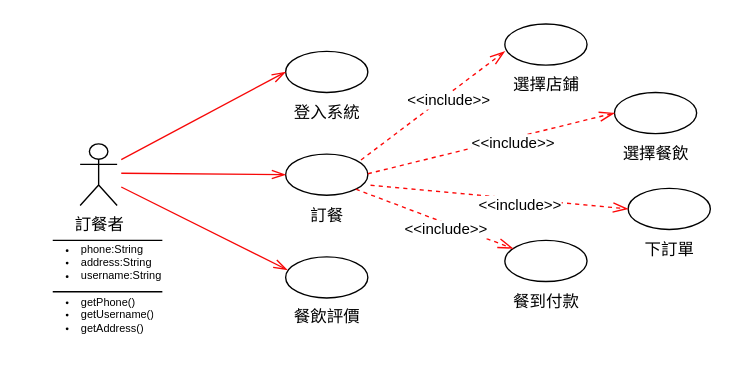
Before: 3-1.drawio in 11024117/SE_Final-Paper, a draw.io diagram. Source tidied: cells renumbered, new cells numbered last; positions are measured from the earlier drawing's top-left corner, leaving out a move shared by most shapes. Both pictures are drawn from the tidied source at 137%, with x=0, y=0 at pixel (22, 23).
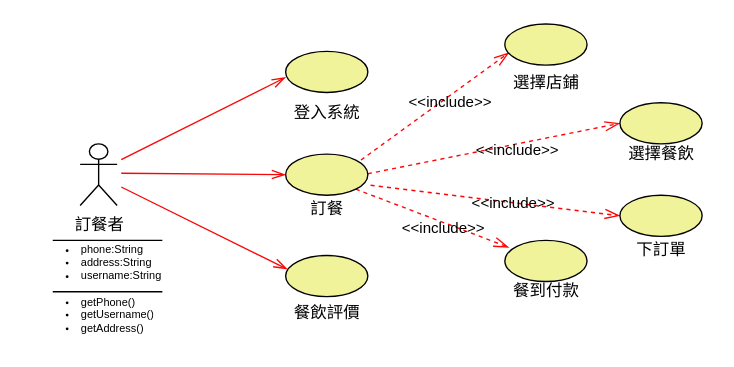
The same diagram, later.

Change to the diagram source:
```diff
@@
-    <mxCell id="3" style="ellipse;whiteSpace=wrap;html=1;" parent="1" vertex="1">
+    <mxCell id="3" style="ellipse;whiteSpace=wrap;html=1;gradientColor=none;fillColor=#f1f39b;" parent="1" vertex="1">
       <mxGeometry x="192" y="20" width="60" height="30" as="geometry" />
     </mxCell>
     <mxCell id="4" value="訂餐" style="text;html=1;align=center;verticalAlign=middle;strokeColor=none;fillColor=none;" parent="1" vertex="1">
-      <mxGeometry x="197" y="125" width="50" height="30" as="geometry" />
+      <mxGeometry x="197" y="120" width="50" height="30" as="geometry" />
     </mxCell>
@@
     <mxCell id="6" value="餐飲評價" style="text;html=1;align=center;verticalAlign=middle;strokeColor=none;fillColor=none;" parent="1" vertex="1">
-      <mxGeometry x="187" y="199" width="70" height="30" as="geometry" />
+      <mxGeometry x="187" y="195.5" width="70" height="30" as="geometry" />
     </mxCell>
-    <mxCell id="7" style="ellipse;whiteSpace=wrap;html=1;" parent="1" vertex="1">
-      <mxGeometry x="192" y="95" width="60" height="30" as="geometry" />
-    </mxCell>
-    <mxCell id="8" style="ellipse;whiteSpace=wrap;html=1;" parent="1" vertex="1">
-      <mxGeometry x="192" y="170" width="60" height="30" as="geometry" />
-    </mxCell>
-    <mxCell id="9" style="ellipse;whiteSpace=wrap;html=1;" parent="1" vertex="1">
-      <mxGeometry x="352" width="60" height="30" as="geometry" />
-    </mxCell>
-    <mxCell id="10" style="ellipse;whiteSpace=wrap;html=1;" parent="1" vertex="1">
-      <mxGeometry x="432" y="50" width="60" height="30" as="geometry" />
-    </mxCell>
-    <mxCell id="11" style="ellipse;whiteSpace=wrap;html=1;" parent="1" vertex="1">
-      <mxGeometry x="442" y="120" width="60" height="30" as="geometry" />
-    </mxCell>
-    <mxCell id="12" style="ellipse;whiteSpace=wrap;html=1;" parent="1" vertex="1">
-      <mxGeometry x="352" y="158" width="60" height="30" as="geometry" />
-    </mxCell>
     <mxCell id="13" value="選擇店鋪" style="text;html=1;align=center;verticalAlign=middle;strokeColor=none;fillColor=none;" parent="1" vertex="1">
-      <mxGeometry x="347" y="30" width="70" height="30" as="geometry" />
+      <mxGeometry x="347" y="27.5" width="70" height="30" as="geometry" />
     </mxCell>
     <mxCell id="14" value="選擇餐飲" style="text;html=1;align=center;verticalAlign=middle;strokeColor=none;fillColor=none;" parent="1" vertex="1">
-      <mxGeometry x="427" y="80" width="70" height="30" as="geometry" />
+      <mxGeometry x="431" y="80" width="70" height="30" as="geometry" />
     </mxCell>
     <mxCell id="15" value="下訂單" style="text;html=1;align=center;verticalAlign=middle;strokeColor=none;fillColor=none;" parent="1" vertex="1">
-      <mxGeometry x="442" y="150" width="60" height="30" as="geometry" />
+      <mxGeometry x="436" y="150" width="60" height="30" as="geometry" />
     </mxCell>
     <mxCell id="16" value="餐到付款" style="text;html=1;align=center;verticalAlign=middle;strokeColor=none;fillColor=none;" parent="1" vertex="1">
-      <mxGeometry x="347" y="188" width="70" height="30" as="geometry" />
+      <mxGeometry x="347" y="180" width="70" height="30" as="geometry" />
     </mxCell>
-    <mxCell id="17" value="&amp;lt;&amp;lt;include&amp;gt;&amp;gt;" style="endArrow=openThin;endSize=9;dashed=1;html=1;rounded=0;strokeColor=#fd0808;endFill=0;strokeWidth=1;entryX=0;entryY=0.5;entryDx=0;entryDy=0;" parent="1" edge="1" target="10">
+    <mxCell id="17" value="&amp;lt;&amp;lt;include&amp;gt;&amp;gt;" style="endArrow=openThin;endSize=9;dashed=1;html=1;rounded=0;strokeColor=#fd0808;endFill=0;strokeWidth=1;entryX=0;entryY=0.5;entryDx=0;entryDy=0;labelBackgroundColor=none;" parent="1" edge="1">
       <mxGeometry x="0.17" y="-4" relative="1" as="geometry">
         <mxPoint x="252" y="109.3" as="sourcePoint" />
+        <mxPoint x="436" y="72.5" as="targetPoint" />
       </mxGeometry>
     </mxCell>
-    <mxCell id="18" value="&amp;lt;&amp;lt;include&amp;gt;&amp;gt;" style="endArrow=openThin;endSize=9;dashed=1;html=1;rounded=0;strokeColor=#fd0808;endFill=0;strokeWidth=1;exitX=1.033;exitY=0.756;exitDx=0;exitDy=0;exitPerimeter=0;entryX=0;entryY=0.5;entryDx=0;entryDy=0;" parent="1" edge="1" source="7" target="11">
-      <mxGeometry x="0.17" y="-4" relative="1" as="geometry" />
+    <mxCell id="18" value="&amp;lt;&amp;lt;include&amp;gt;&amp;gt;" style="endArrow=openThin;endSize=9;dashed=1;html=1;rounded=0;strokeColor=#fd0808;endFill=0;strokeWidth=1;exitX=1.033;exitY=0.756;exitDx=0;exitDy=0;exitPerimeter=0;labelBackgroundColor=none;entryX=0;entryY=0.5;entryDx=0;entryDy=0;" parent="1" edge="1" target="32">
+      <mxGeometry x="0.15" y="-1" relative="1" as="geometry">
+        <mxPoint x="254" y="117.7" as="sourcePoint" />
+      </mxGeometry>
     </mxCell>
-    <mxCell id="19" value="&amp;lt;&amp;lt;include&amp;gt;&amp;gt;" style="endArrow=openThin;endSize=9;dashed=1;html=1;rounded=0;strokeColor=#fd0808;endFill=0;strokeWidth=1;entryX=0;entryY=0.667;entryDx=0;entryDy=0;entryPerimeter=0;" parent="1" edge="1" target="9">
+    <mxCell id="19" value="&amp;lt;&amp;lt;include&amp;gt;&amp;gt;" style="endArrow=openThin;endSize=9;dashed=1;html=1;rounded=0;strokeColor=#fd0808;endFill=0;strokeWidth=1;entryX=0.05;entryY=0.698;entryDx=0;entryDy=0;entryPerimeter=0;labelBackgroundColor=none;" parent="1" edge="1" target="30">
       <mxGeometry x="0.17" y="-4" relative="1" as="geometry">
         <mxPoint x="247" y="99.3" as="sourcePoint" />
       </mxGeometry>
     </mxCell>
-    <mxCell id="20" value="&amp;lt;&amp;lt;include&amp;gt;&amp;gt;" style="endArrow=openThin;endSize=9;dashed=1;html=1;rounded=0;strokeColor=#fd0808;endFill=0;strokeWidth=1;exitX=1;exitY=1;exitDx=0;exitDy=0;" parent="1" edge="1" source="7" target="12">
-      <mxGeometry x="0.17" y="-4" relative="1" as="geometry" />
+    <mxCell id="20" value="&amp;lt;&amp;lt;include&amp;gt;&amp;gt;" style="endArrow=openThin;endSize=9;dashed=1;html=1;rounded=0;strokeColor=#fd0808;endFill=0;strokeWidth=1;exitX=1;exitY=1;exitDx=0;exitDy=0;labelBackgroundColor=none;entryX=0.05;entryY=0.17;entryDx=0;entryDy=0;entryPerimeter=0;" parent="1" edge="1" target="33">
+      <mxGeometry x="0.17" y="-4" relative="1" as="geometry">
+        <mxPoint x="243.2" y="120.6" as="sourcePoint" />
+      </mxGeometry>
     </mxCell>
-    <mxCell id="21" style="endArrow=openThin;endFill=0;endSize=8;html=1;rounded=0;strokeColor=#f70808;entryX=0;entryY=0.5;entryDx=0;entryDy=0;" parent="1" edge="1" target="7">
+    <mxCell id="21" style="endArrow=openThin;endFill=0;endSize=8;html=1;rounded=0;strokeColor=#f70808;entryX=0;entryY=0.5;entryDx=0;entryDy=0;" parent="1" edge="1" target="28">
       <mxGeometry relative="1" as="geometry">
         <mxPoint x="72" y="109" as="sourcePoint" />
       </mxGeometry>
     </mxCell>
-    <mxCell id="22" style="endArrow=openThin;endFill=0;endSize=8;html=1;rounded=0;strokeColor=#f70808;entryX=0;entryY=0.5;entryDx=0;entryDy=0;" parent="1" edge="1" target="3">
+    <mxCell id="22" style="endArrow=openThin;endFill=0;endSize=8;html=1;rounded=0;strokeColor=#f70808;entryX=0;entryY=0.633;entryDx=0;entryDy=0;entryPerimeter=0;" parent="1" edge="1" target="3">
       <mxGeometry relative="1" as="geometry">
         <mxPoint x="72" y="99" as="sourcePoint" />
       </mxGeometry>
     </mxCell>
-    <mxCell id="23" style="endArrow=openThin;endFill=0;endSize=8;html=1;rounded=0;strokeColor=#f70808;entryX=0.021;entryY=0.316;entryDx=0;entryDy=0;entryPerimeter=0;" parent="1" edge="1" target="8">
+    <mxCell id="23" style="endArrow=openThin;endFill=0;endSize=8;html=1;rounded=0;strokeColor=#f70808;entryX=0.021;entryY=0.333;entryDx=0;entryDy=0;entryPerimeter=0;" parent="1" edge="1" target="29">
       <mxGeometry relative="1" as="geometry">
         <mxPoint x="72" y="119" as="sourcePoint" />
       </mxGeometry>
     </mxCell>
@@
+    <mxCell id="28" style="ellipse;whiteSpace=wrap;html=1;gradientColor=none;fillColor=#f1f39b;" parent="1" vertex="1">
+      <mxGeometry x="192" y="95" width="60" height="30" as="geometry" />
+    </mxCell>
+    <mxCell id="29" style="ellipse;whiteSpace=wrap;html=1;gradientColor=none;fillColor=#f1f39b;" parent="1" vertex="1">
+      <mxGeometry x="192" y="169" width="60" height="30" as="geometry" />
+    </mxCell>
+    <mxCell id="30" style="ellipse;whiteSpace=wrap;html=1;gradientColor=none;fillColor=#f1f39b;" parent="1" vertex="1">
+      <mxGeometry x="352" width="60" height="30" as="geometry" />
+    </mxCell>
+    <mxCell id="31" style="ellipse;whiteSpace=wrap;html=1;gradientColor=none;fillColor=#f1f39b;" parent="1" vertex="1">
+      <mxGeometry x="436" y="57.5" width="60" height="30" as="geometry" />
+    </mxCell>
+    <mxCell id="32" style="ellipse;whiteSpace=wrap;html=1;gradientColor=none;fillColor=#f1f39b;" parent="1" vertex="1">
+      <mxGeometry x="436" y="125" width="60" height="30" as="geometry" />
+    </mxCell>
+    <mxCell id="33" style="ellipse;whiteSpace=wrap;html=1;gradientColor=none;fillColor=#f1f39b;" parent="1" vertex="1">
+      <mxGeometry x="352" y="158" width="60" height="30" as="geometry" />
+    </mxCell>
```
